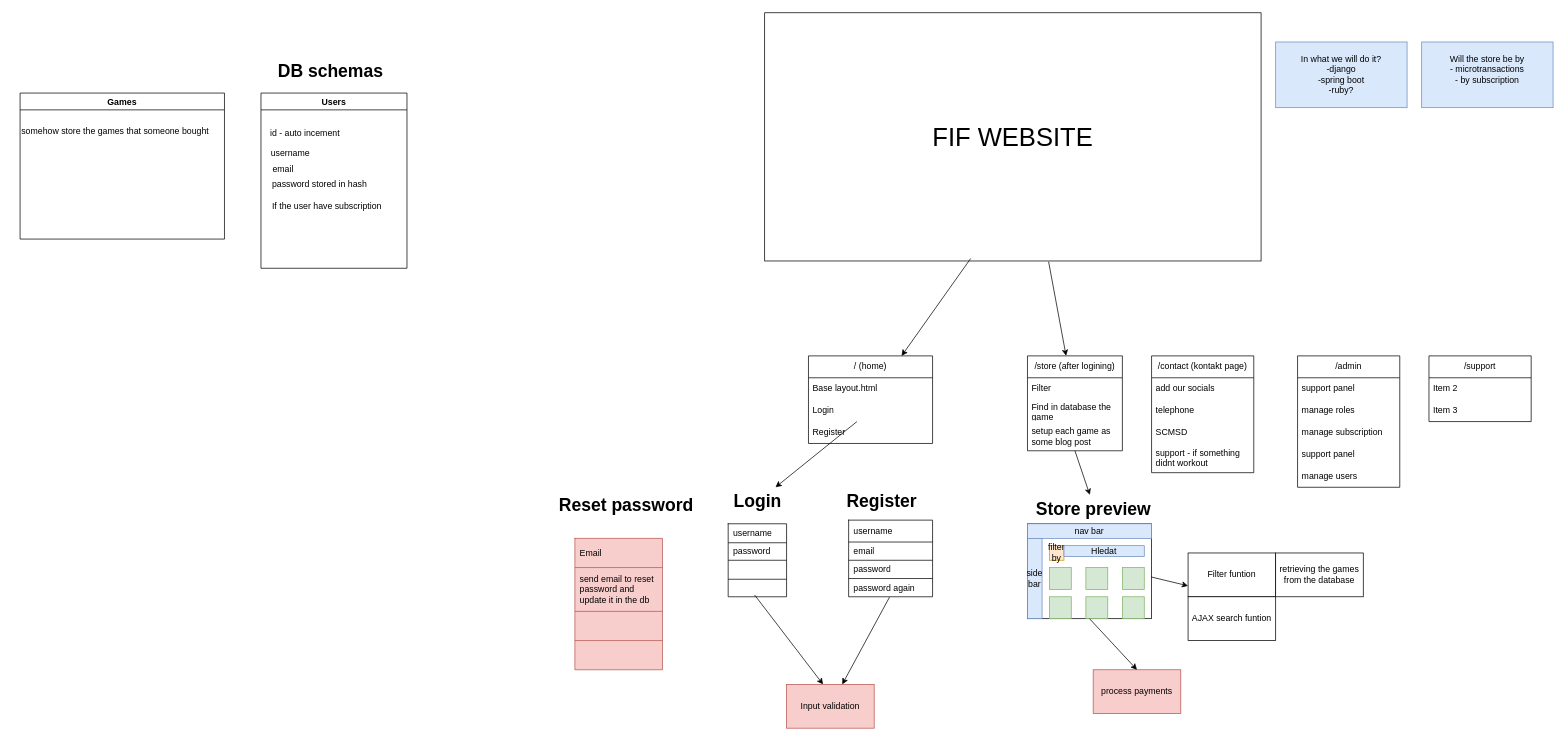
TadyLucas/Quote keeps this draw.io diagram as diagram.drawio. Above is the earlier version. Source tidied: cells renumbered, new cells numbered last; positions are measured from the earlier drawing's top-left corner, leaving out a move shared by most shapes. Both pictures are drawn from the tidied source at 73%, with x=0, y=0 at pixel (12, 12).
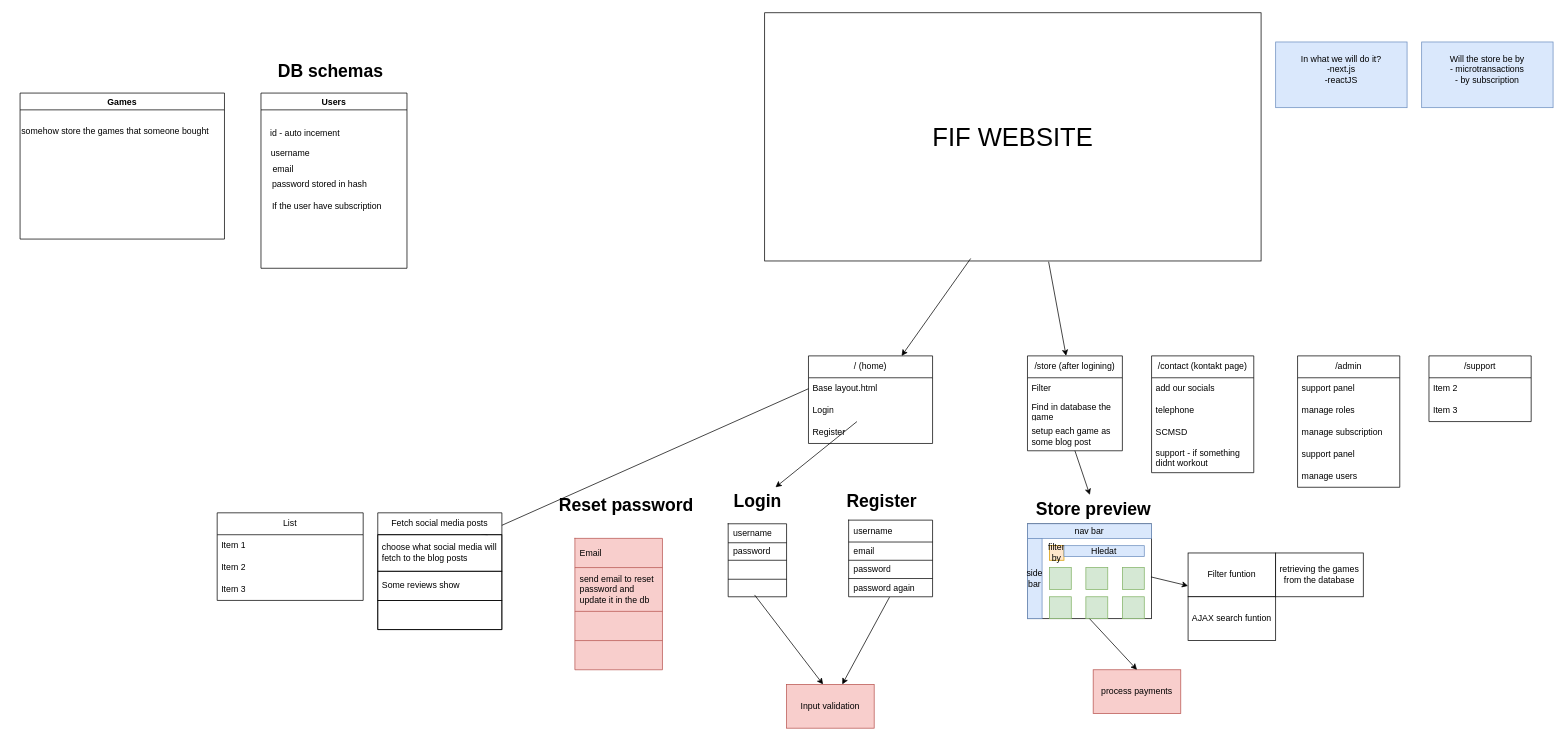
The same diagram, later.

Unchanged cells that the change refers to:
```xml
<mxCell id="6" value="Base layout.html" style="text;strokeColor=none;fillColor=none;align=left;verticalAlign=middle;spacingLeft=4;spacingRight=4;overflow=hidden;points=[[0,0.5],[1,0.5]];portConstraint=eastwest;whiteSpace=wrap;html=1;" parent="5" vertex="1">
  <mxGeometry y="30" width="170" height="30" as="geometry" />
</mxCell>
```

Diff of the diagram source:
```diff
@@
-    <mxCell id="3" value="&lt;div&gt;In what we will do it?&lt;/div&gt;&lt;div&gt;-django&lt;/div&gt;&lt;div&gt;-spring boot&lt;/div&gt;&lt;div&gt;-ruby?&lt;br&gt;&lt;/div&gt;" style="rounded=0;whiteSpace=wrap;html=1;fillColor=#dae8fc;strokeColor=#6c8ebf;" parent="1" vertex="1">
+    <mxCell id="3" value="&lt;div&gt;In what we will do it?&lt;/div&gt;&lt;div&gt;-next.js&lt;/div&gt;&lt;div&gt;-reactJS&lt;/div&gt;&lt;div&gt;&lt;br&gt;&lt;/div&gt;" style="rounded=0;whiteSpace=wrap;html=1;fillColor=#dae8fc;strokeColor=#6c8ebf;" parent="1" vertex="1">
       <mxGeometry x="1730" y="40" width="180" height="90" as="geometry" />
     </mxCell>
@@
+    <mxCell id="91" style="endArrow=classic;html=1;rounded=0;exitX=0;exitY=0.5;exitDx=0;exitDy=0;" parent="1" edge="1" source="6" target="93">
+      <mxGeometry relative="1" as="geometry" />
+    </mxCell>
+    <mxCell id="92" value="Fetch social media posts" style="swimlane;fontStyle=0;horizontal=1;startSize=30;whiteSpace=wrap;html=1;" parent="1" vertex="1">
+      <mxGeometry x="500" y="685" width="170" height="160" as="geometry" />
+    </mxCell>
+    <mxCell id="93" value="choose what social media will fetch to the blog posts " style="text;strokeColor=default;fillColor=none;align=left;verticalAlign=middle;spacingLeft=4;spacingRight=4;overflow=hidden;points=[[0,0.5],[1,0.5]];portConstraint=eastwest;whiteSpace=wrap;html=1;" parent="92" vertex="1">
+      <mxGeometry y="30" width="170" height="50" as="geometry" />
+    </mxCell>
+    <mxCell id="94" value="Some reviews show" style="text;strokeColor=default;fillColor=none;align=left;verticalAlign=middle;spacingLeft=4;spacingRight=4;overflow=hidden;whiteSpace=wrap;html=1;" parent="92" vertex="1">
+      <mxGeometry y="80" width="170" height="40" as="geometry" />
+    </mxCell>
+    <mxCell id="95" style="text;strokeColor=default;fillColor=none;align=left;verticalAlign=middle;spacingLeft=4;spacingRight=4;overflow=hidden;whiteSpace=wrap;html=1;" parent="92" vertex="1">
+      <mxGeometry y="120" width="170" height="40" as="geometry" />
+    </mxCell>
+    <mxCell id="96" value="List" style="swimlane;fontStyle=0;horizontal=1;startSize=30;whiteSpace=wrap;html=1;" parent="1" vertex="1">
+      <mxGeometry x="280" y="685" width="200" height="120" as="geometry" />
+    </mxCell>
+    <mxCell id="97" value="Item 1" style="text;strokeColor=none;fillColor=none;align=left;verticalAlign=middle;spacingLeft=4;spacingRight=4;overflow=hidden;whiteSpace=wrap;html=1;" parent="96" vertex="1">
+      <mxGeometry y="30" width="200" height="30" as="geometry" />
+    </mxCell>
+    <mxCell id="98" value="Item 2" style="text;strokeColor=none;fillColor=none;align=left;verticalAlign=middle;spacingLeft=4;spacingRight=4;overflow=hidden;whiteSpace=wrap;html=1;" parent="96" vertex="1">
+      <mxGeometry y="60" width="200" height="30" as="geometry" />
+    </mxCell>
+    <mxCell id="99" value="Item 3" style="text;strokeColor=none;fillColor=none;align=left;verticalAlign=middle;spacingLeft=4;spacingRight=4;overflow=hidden;whiteSpace=wrap;html=1;" parent="96" vertex="1">
+      <mxGeometry y="90" width="200" height="30" as="geometry" />
+    </mxCell>
```
